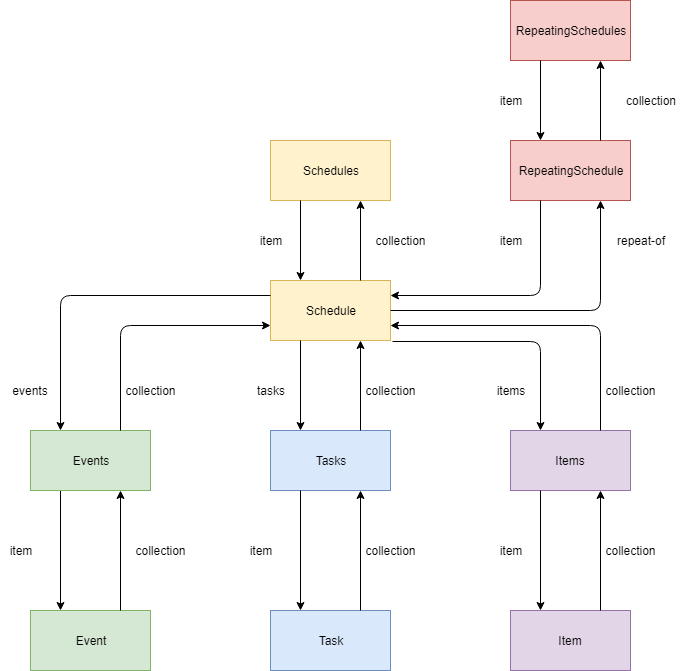
This is docs/images/ResourceStateDiagram.png from verkkila/pwp, a draw.io export, as it was before one commit. Source tidied: cells renumbered, new cells last; positions are measured from the earlier drawing's top-left corner, leaving out a move shared by most shapes.
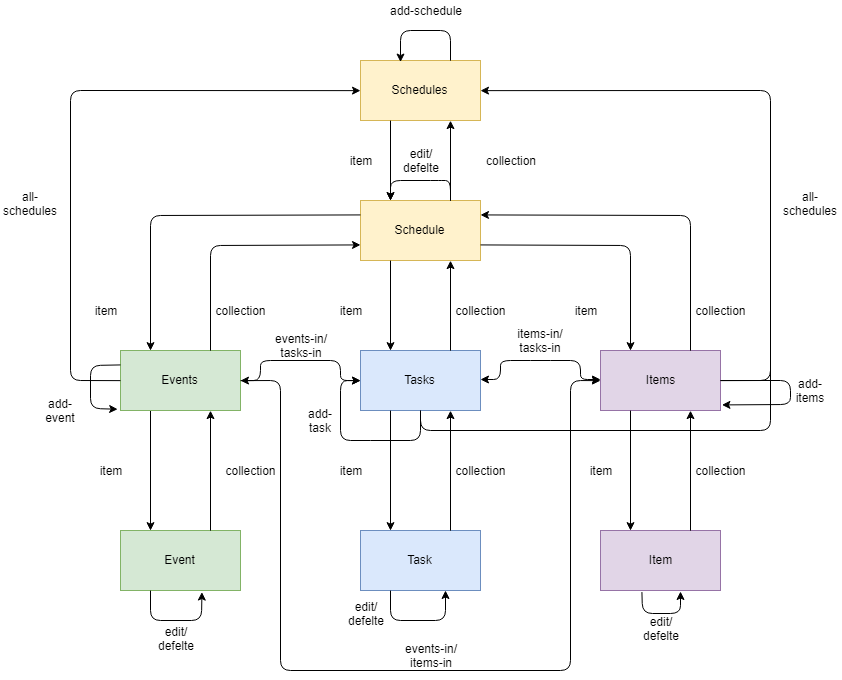
After the commit.

Diff of the diagram source:
```diff
@@ -8,9 +8,6 @@
     <mxCell id="3" value="Schedule&lt;br&gt;" style="rounded=0;whiteSpace=wrap;html=1;fillColor=#fff2cc;strokeColor=#d6b656;" parent="1" vertex="1">
       <mxGeometry x="270" y="280" width="120" height="60" as="geometry" />
     </mxCell>
-    <mxCell id="4" value="RepeatingSchedules&lt;br&gt;" style="rounded=0;whiteSpace=wrap;html=1;fillColor=#f8cecc;strokeColor=#b85450;" parent="1" vertex="1">
-      <mxGeometry x="510" width="120" height="60" as="geometry" />
-    </mxCell>
     <mxCell id="5" value="Item" style="rounded=0;whiteSpace=wrap;html=1;fillColor=#e1d5e7;strokeColor=#9673a6;" parent="1" vertex="1">
       <mxGeometry x="510" y="610" width="120" height="60" as="geometry" />
     </mxCell>
@@ -43,11 +40,8 @@
       <mxGeometry x="250" y="230" width="40" height="20" as="geometry" />
     </mxCell>
     <mxCell id="14" value="collection" style="text;html=1;strokeColor=none;fillColor=none;align=center;verticalAlign=middle;whiteSpace=wrap;rounded=0;" parent="1" vertex="1">
-      <mxGeometry x="380" y="230" width="40" height="20" as="geometry" />
+      <mxGeometry x="380" y="230" width="80" height="20" as="geometry" />
     </mxCell>
-    <mxCell id="15" value="collection" style="text;html=1;strokeColor=none;fillColor=none;align=center;verticalAlign=middle;whiteSpace=wrap;rounded=0;" parent="1" vertex="1">
-      <mxGeometry x="620" y="90" width="60" height="20" as="geometry" />
-    </mxCell>
     <mxCell id="16" value="item" style="text;html=1;strokeColor=none;fillColor=none;align=center;verticalAlign=middle;whiteSpace=wrap;rounded=0;" parent="1" vertex="1">
       <mxGeometry y="540" width="40" height="20" as="geometry" />
     </mxCell>
@@ -66,9 +60,6 @@
     <mxCell id="21" value="collection" style="text;html=1;strokeColor=none;fillColor=none;align=center;verticalAlign=middle;whiteSpace=wrap;rounded=0;" parent="1" vertex="1">
       <mxGeometry x="610" y="540" width="40" height="20" as="geometry" />
     </mxCell>
-    <mxCell id="22" value="item" style="text;html=1;strokeColor=none;fillColor=none;align=center;verticalAlign=middle;whiteSpace=wrap;rounded=0;" parent="1" vertex="1">
-      <mxGeometry x="490" y="90" width="40" height="20" as="geometry" />
-    </mxCell>
     <mxCell id="23" value="Events" style="rounded=0;whiteSpace=wrap;html=1;fillColor=#d5e8d4;strokeColor=#82b366;" parent="1" vertex="1">
       <mxGeometry x="30" y="430" width="120" height="60" as="geometry" />
     </mxCell>
@@ -90,52 +81,23 @@
     <mxCell id="29" style="endArrow=classic;html=1;entryX=0.75;entryY=1;entryDx=0;entryDy=0;exitX=0.75;exitY=0;exitDx=0;exitDy=0;" parent="1" edge="1" source="6" target="23">
       <mxGeometry relative="1" as="geometry" />
     </mxCell>
-    <mxCell id="30" value="RepeatingSchedule" style="rounded=0;whiteSpace=wrap;html=1;fillColor=#f8cecc;strokeColor=#b85450;" parent="1" vertex="1">
-      <mxGeometry x="510" y="140" width="120" height="60" as="geometry" />
-    </mxCell>
-    <mxCell id="31" style="endArrow=classic;html=1;entryX=0.75;entryY=1;entryDx=0;entryDy=0;exitX=0.75;exitY=0;exitDx=0;exitDy=0;" parent="1" edge="1" source="30" target="4">
-      <mxGeometry relative="1" as="geometry" />
-    </mxCell>
-    <mxCell id="32" style="endArrow=classic;html=1;exitX=0.25;exitY=1;exitDx=0;exitDy=0;entryX=0.25;entryY=0;entryDx=0;entryDy=0;" parent="1" edge="1" source="4" target="30">
-      <mxGeometry relative="1" as="geometry" />
-    </mxCell>
     <mxCell id="33" style="endArrow=classic;html=1;entryX=0.75;entryY=1;entryDx=0;entryDy=0;exitX=0.75;exitY=0;exitDx=0;exitDy=0;" parent="1" edge="1" source="24" target="3">
       <mxGeometry relative="1" as="geometry" />
     </mxCell>
-    <mxCell id="34" style="endArrow=classic;html=1;entryX=0.25;entryY=0;entryDx=0;entryDy=0;exitX=1.017;exitY=1.017;exitDx=0;exitDy=0;exitPerimeter=0;" parent="1" edge="1" source="3" target="26">
+    <mxCell id="34" style="endArrow=classic;html=1;entryX=0.25;entryY=0;entryDx=0;entryDy=0;exitX=1;exitY=0.75;exitDx=0;exitDy=0;" parent="1" edge="1" source="3" target="26">
       <mxGeometry relative="1" as="geometry">
         <Array as="points">
-          <mxPoint x="540" y="341" />
+          <mxPoint x="540" y="325" />
         </Array>
       </mxGeometry>
     </mxCell>
-    <mxCell id="35" style="endArrow=classic;html=1;entryX=1;entryY=0.75;entryDx=0;entryDy=0;exitX=0.75;exitY=0;exitDx=0;exitDy=0;" parent="1" edge="1" source="26" target="3">
+    <mxCell id="35" style="endArrow=classic;html=1;entryX=1;entryY=0.25;entryDx=0;entryDy=0;exitX=0.75;exitY=0;exitDx=0;exitDy=0;" parent="1" edge="1" source="26" target="3">
       <mxGeometry relative="1" as="geometry">
         <Array as="points">
-          <mxPoint x="600" y="325" />
+          <mxPoint x="600" y="295" />
         </Array>
       </mxGeometry>
     </mxCell>
-    <mxCell id="36" style="endArrow=classic;html=1;entryX=0.75;entryY=1;entryDx=0;entryDy=0;exitX=1;exitY=0.5;exitDx=0;exitDy=0;" parent="1" edge="1" source="3" target="30">
-      <mxGeometry relative="1" as="geometry">
-        <Array as="points">
-          <mxPoint x="600" y="310" />
-        </Array>
-      </mxGeometry>
-    </mxCell>
-    <mxCell id="37" style="endArrow=classic;html=1;entryX=1;entryY=0.25;entryDx=0;entryDy=0;exitX=0.25;exitY=1;exitDx=0;exitDy=0;" parent="1" edge="1" source="30" target="3">
-      <mxGeometry relative="1" as="geometry">
-        <Array as="points">
-          <mxPoint x="540" y="295" />
-        </Array>
-      </mxGeometry>
-    </mxCell>
-    <mxCell id="38" value="repeat-of" style="text;html=1;strokeColor=none;fillColor=none;align=center;verticalAlign=middle;whiteSpace=wrap;rounded=0;" parent="1" vertex="1">
-      <mxGeometry x="610" y="230" width="60" height="20" as="geometry" />
-    </mxCell>
-    <mxCell id="39" value="item" style="text;html=1;strokeColor=none;fillColor=none;align=center;verticalAlign=middle;whiteSpace=wrap;rounded=0;" parent="1" vertex="1">
-      <mxGeometry x="490" y="230" width="40" height="20" as="geometry" />
-    </mxCell>
     <mxCell id="40" style="endArrow=classic;html=1;entryX=0;entryY=0.75;entryDx=0;entryDy=0;exitX=0.75;exitY=0;exitDx=0;exitDy=0;" parent="1" edge="1" source="23" target="3">
       <mxGeometry relative="1" as="geometry">
         <Array as="points">
@@ -150,23 +112,190 @@
         </Array>
       </mxGeometry>
     </mxCell>
-    <mxCell id="42" value="events" style="text;html=1;strokeColor=none;fillColor=none;align=center;verticalAlign=middle;whiteSpace=wrap;rounded=0;" parent="1" vertex="1">
-      <mxGeometry x="10" y="380" width="40" height="20" as="geometry" />
+    <mxCell id="42" value="item" style="text;html=1;strokeColor=none;fillColor=none;align=center;verticalAlign=middle;whiteSpace=wrap;rounded=0;" parent="1" vertex="1">
+      <mxGeometry x="-20" y="380" width="70" height="20" as="geometry" />
     </mxCell>
     <mxCell id="43" value="collection" style="text;html=1;strokeColor=none;fillColor=none;align=center;verticalAlign=middle;whiteSpace=wrap;rounded=0;" parent="1" vertex="1">
       <mxGeometry x="130" y="380" width="40" height="20" as="geometry" />
     </mxCell>
-    <mxCell id="44" value="tasks" style="text;html=1;strokeColor=none;fillColor=none;align=center;verticalAlign=middle;whiteSpace=wrap;rounded=0;" parent="1" vertex="1">
-      <mxGeometry x="250" y="380" width="40" height="20" as="geometry" />
+    <mxCell id="44" value="item" style="text;html=1;strokeColor=none;fillColor=none;align=center;verticalAlign=middle;whiteSpace=wrap;rounded=0;" parent="1" vertex="1">
+      <mxGeometry x="230" y="380" width="60" height="20" as="geometry" />
     </mxCell>
     <mxCell id="45" value="collection" style="text;html=1;strokeColor=none;fillColor=none;align=center;verticalAlign=middle;whiteSpace=wrap;rounded=0;" parent="1" vertex="1">
       <mxGeometry x="370" y="380" width="40" height="20" as="geometry" />
     </mxCell>
-    <mxCell id="46" value="items" style="text;html=1;strokeColor=none;fillColor=none;align=center;verticalAlign=middle;whiteSpace=wrap;rounded=0;" parent="1" vertex="1">
-      <mxGeometry x="490" y="380" width="40" height="20" as="geometry" />
+    <mxCell id="46" value="item" style="text;html=1;strokeColor=none;fillColor=none;align=center;verticalAlign=middle;whiteSpace=wrap;rounded=0;" parent="1" vertex="1">
+      <mxGeometry x="460" y="380" width="70" height="20" as="geometry" />
     </mxCell>
     <mxCell id="47" value="collection" style="text;html=1;strokeColor=none;fillColor=none;align=center;verticalAlign=middle;whiteSpace=wrap;rounded=0;" parent="1" vertex="1">
       <mxGeometry x="610" y="380" width="40" height="20" as="geometry" />
     </mxCell>
+    <mxCell id="48" style="endArrow=classic;startArrow=classic;html=1;exitX=1;exitY=0.5;exitDx=0;exitDy=0;entryX=0;entryY=0.5;entryDx=0;entryDy=0;" parent="1" edge="1" source="23" target="24">
+      <mxGeometry relative="1" as="geometry">
+        <Array as="points">
+          <mxPoint x="170" y="460" />
+          <mxPoint x="170" y="440" />
+          <mxPoint x="250" y="440" />
+          <mxPoint x="250" y="460" />
+        </Array>
+      </mxGeometry>
+    </mxCell>
+    <mxCell id="49" style="endArrow=classic;startArrow=classic;html=1;exitX=1;exitY=0.5;exitDx=0;exitDy=0;entryX=0;entryY=0.5;entryDx=0;entryDy=0;" parent="1" edge="1">
+      <mxGeometry relative="1" as="geometry">
+        <mxPoint x="390" y="459" as="sourcePoint" />
+        <mxPoint x="510" y="459" as="targetPoint" />
+        <Array as="points">
+          <mxPoint x="410" y="459" />
+          <mxPoint x="410" y="440" />
+          <mxPoint x="450" y="440" />
+          <mxPoint x="490" y="440" />
+          <mxPoint x="490" y="459" />
+        </Array>
+      </mxGeometry>
+    </mxCell>
+    <mxCell id="50" style="endArrow=classic;html=1;entryX=0;entryY=0.5;entryDx=0;entryDy=0;exitX=1;exitY=0.5;exitDx=0;exitDy=0;" parent="1" edge="1" source="23" target="26">
+      <mxGeometry relative="1" as="geometry">
+        <Array as="points">
+          <mxPoint x="190" y="460" />
+          <mxPoint x="190" y="750" />
+          <mxPoint x="480" y="750" />
+          <mxPoint x="480" y="460" />
+        </Array>
+      </mxGeometry>
+    </mxCell>
+    <mxCell id="51" value="events-in/&lt;br&gt;items-in" style="text;html=1;strokeColor=none;fillColor=none;align=center;verticalAlign=middle;whiteSpace=wrap;rounded=0;" parent="1" vertex="1">
+      <mxGeometry x="290" y="720" width="100" height="30" as="geometry" />
+    </mxCell>
+    <mxCell id="52" value="events-in/&lt;br&gt;tasks-in" style="text;html=1;strokeColor=none;fillColor=none;align=center;verticalAlign=middle;whiteSpace=wrap;rounded=0;" parent="1" vertex="1">
+      <mxGeometry x="170" y="410" width="80" height="30" as="geometry" />
+    </mxCell>
+    <mxCell id="53" value="items-in/&lt;br&gt;tasks-in" style="text;html=1;strokeColor=none;fillColor=none;align=center;verticalAlign=middle;whiteSpace=wrap;rounded=0;" parent="1" vertex="1">
+      <mxGeometry x="410" y="405" width="80" height="30" as="geometry" />
+    </mxCell>
+    <mxCell id="54" style="endArrow=classic;html=1;exitX=0;exitY=0.5;exitDx=0;exitDy=0;entryX=0;entryY=0.5;entryDx=0;entryDy=0;" parent="1" edge="1" source="23" target="2">
+      <mxGeometry relative="1" as="geometry">
+        <Array as="points">
+          <mxPoint x="-20" y="460" />
+          <mxPoint x="-20" y="170" />
+        </Array>
+      </mxGeometry>
+    </mxCell>
+    <mxCell id="55" value="all-schedules&lt;br&gt;&lt;br&gt;" style="text;html=1;strokeColor=none;fillColor=none;align=center;verticalAlign=middle;whiteSpace=wrap;rounded=0;" parent="1" vertex="1">
+      <mxGeometry x="-90" y="260" width="60" height="60" as="geometry" />
+    </mxCell>
+    <mxCell id="56" style="endArrow=classic;html=1;exitX=1;exitY=0.5;exitDx=0;exitDy=0;entryX=1;entryY=0.5;entryDx=0;entryDy=0;" parent="1" edge="1" source="26" target="2">
+      <mxGeometry relative="1" as="geometry">
+        <Array as="points">
+          <mxPoint x="680" y="460" />
+          <mxPoint x="680" y="170" />
+        </Array>
+      </mxGeometry>
+    </mxCell>
+    <mxCell id="57" value="all-schedules&lt;br&gt;&lt;br&gt;" style="text;html=1;strokeColor=none;fillColor=none;align=center;verticalAlign=middle;whiteSpace=wrap;rounded=0;" parent="1" vertex="1">
+      <mxGeometry x="690" y="260" width="60" height="60" as="geometry" />
+    </mxCell>
+    <mxCell id="58" style="endArrow=none;html=1;entryX=0.5;entryY=1;entryDx=0;entryDy=0;" parent="1" edge="1" target="24">
+      <mxGeometry relative="1" as="geometry">
+        <mxPoint x="680" y="440" as="sourcePoint" />
+        <Array as="points">
+          <mxPoint x="680" y="510" />
+          <mxPoint x="330" y="510" />
+        </Array>
+      </mxGeometry>
+    </mxCell>
+    <mxCell id="59" style="endArrow=classic;html=1;exitX=0.75;exitY=0;exitDx=0;exitDy=0;entryX=0.333;entryY=0.033;entryDx=0;entryDy=0;entryPerimeter=0;" parent="1" edge="1" source="2" target="2">
+      <mxGeometry relative="1" as="geometry">
+        <Array as="points">
+          <mxPoint x="360" y="110" />
+          <mxPoint x="310" y="110" />
+        </Array>
+      </mxGeometry>
+    </mxCell>
+    <mxCell id="60" value="add-schedule" style="text;html=1;strokeColor=none;fillColor=none;align=center;verticalAlign=middle;whiteSpace=wrap;rounded=0;" parent="1" vertex="1">
+      <mxGeometry x="295" y="80" width="80" height="20" as="geometry" />
+    </mxCell>
+    <mxCell id="61" style="endArrow=classic;html=1;entryX=-0.025;entryY=0.967;entryDx=0;entryDy=0;exitX=0;exitY=0.25;exitDx=0;exitDy=0;entryPerimeter=0;" parent="1" edge="1" source="23" target="23">
+      <mxGeometry relative="1" as="geometry">
+        <Array as="points">
+          <mxPoint y="445" />
+          <mxPoint y="488" />
+        </Array>
+      </mxGeometry>
+    </mxCell>
+    <mxCell id="62" value="add-event" style="text;html=1;strokeColor=none;fillColor=none;align=center;verticalAlign=middle;whiteSpace=wrap;rounded=0;" parent="1" vertex="1">
+      <mxGeometry x="-50" y="480" width="40" height="20" as="geometry" />
+    </mxCell>
+    <mxCell id="63" style="endArrow=classic;html=1;exitX=0.5;exitY=1;exitDx=0;exitDy=0;entryX=0;entryY=0.5;entryDx=0;entryDy=0;" parent="1" edge="1" source="24" target="24">
+      <mxGeometry relative="1" as="geometry">
+        <Array as="points">
+          <mxPoint x="330" y="520" />
+          <mxPoint x="290" y="520" />
+          <mxPoint x="250" y="520" />
+          <mxPoint x="250" y="460" />
+        </Array>
+      </mxGeometry>
+    </mxCell>
+    <mxCell id="64" value="add-task" style="text;html=1;strokeColor=none;fillColor=none;align=center;verticalAlign=middle;whiteSpace=wrap;rounded=0;" parent="1" vertex="1">
+      <mxGeometry x="210" y="490" width="40" height="20" as="geometry" />
+    </mxCell>
+    <mxCell id="65" style="endArrow=classic;html=1;entryX=1.008;entryY=0.9;entryDx=0;entryDy=0;entryPerimeter=0;" parent="1" edge="1" target="26">
+      <mxGeometry relative="1" as="geometry">
+        <mxPoint x="630" y="460" as="sourcePoint" />
+        <Array as="points">
+          <mxPoint x="700" y="460" />
+          <mxPoint x="700" y="484" />
+        </Array>
+      </mxGeometry>
+    </mxCell>
+    <mxCell id="66" value="add-items" style="text;html=1;strokeColor=none;fillColor=none;align=center;verticalAlign=middle;whiteSpace=wrap;rounded=0;" parent="1" vertex="1">
+      <mxGeometry x="700" y="460" width="40" height="20" as="geometry" />
+    </mxCell>
+    <mxCell id="67" value="edit/&lt;br&gt;defelte&lt;br&gt;" style="text;html=1;strokeColor=none;fillColor=none;align=center;verticalAlign=middle;whiteSpace=wrap;rounded=0;" parent="1" vertex="1">
+      <mxGeometry x="60" y="705" width="50" height="25" as="geometry" />
+    </mxCell>
+    <mxCell id="68" style="endArrow=classic;html=1;exitX=0.25;exitY=1;exitDx=0;exitDy=0;entryX=0.675;entryY=1.017;entryDx=0;entryDy=0;entryPerimeter=0;" parent="1" edge="1" source="6" target="6">
+      <mxGeometry relative="1" as="geometry">
+        <Array as="points">
+          <mxPoint x="60" y="700" />
+          <mxPoint x="111" y="700" />
+        </Array>
+      </mxGeometry>
+    </mxCell>
+    <mxCell id="69" style="endArrow=classic;html=1;exitX=0.25;exitY=1;exitDx=0;exitDy=0;" parent="1" edge="1" source="7">
+      <mxGeometry relative="1" as="geometry">
+        <mxPoint x="355" y="670" as="targetPoint" />
+        <Array as="points">
+          <mxPoint x="300" y="700" />
+          <mxPoint x="355" y="700" />
+        </Array>
+      </mxGeometry>
+    </mxCell>
+    <mxCell id="70" value="edit/&lt;br&gt;defelte&lt;br&gt;" style="text;html=1;strokeColor=none;fillColor=none;align=center;verticalAlign=middle;whiteSpace=wrap;rounded=0;" parent="1" vertex="1">
+      <mxGeometry x="250" y="680" width="50" height="25" as="geometry" />
+    </mxCell>
+    <mxCell id="71" style="endArrow=classic;html=1;exitX=0.35;exitY=1.017;exitDx=0;exitDy=0;exitPerimeter=0;" parent="1" edge="1" source="5">
+      <mxGeometry relative="1" as="geometry">
+        <mxPoint x="590" y="671" as="targetPoint" />
+        <Array as="points">
+          <mxPoint x="552" y="693" />
+          <mxPoint x="590" y="693" />
+        </Array>
+      </mxGeometry>
+    </mxCell>
+    <mxCell id="72" value="edit/&lt;br&gt;defelte&lt;br&gt;" style="text;html=1;strokeColor=none;fillColor=none;align=center;verticalAlign=middle;whiteSpace=wrap;rounded=0;" parent="1" vertex="1">
+      <mxGeometry x="545" y="695" width="50" height="25" as="geometry" />
+    </mxCell>
+    <mxCell id="73" style="endArrow=classic;html=1;exitX=0.75;exitY=0;exitDx=0;exitDy=0;entryX=0.25;entryY=0;entryDx=0;entryDy=0;" parent="1" edge="1" source="3" target="3">
+      <mxGeometry relative="1" as="geometry">
+        <Array as="points">
+          <mxPoint x="360" y="260" />
+          <mxPoint x="350" y="260" />
+          <mxPoint x="300" y="260" />
+        </Array>
+      </mxGeometry>
+    </mxCell>
+    <mxCell id="74" value="edit/&lt;br&gt;defelte&lt;br&gt;" style="text;html=1;strokeColor=none;fillColor=none;align=center;verticalAlign=middle;whiteSpace=wrap;rounded=0;" parent="1" vertex="1">
+      <mxGeometry x="305" y="227.5" width="50" height="25" as="geometry" />
+    </mxCell>
   </root>
 </mxGraphModel>
```
